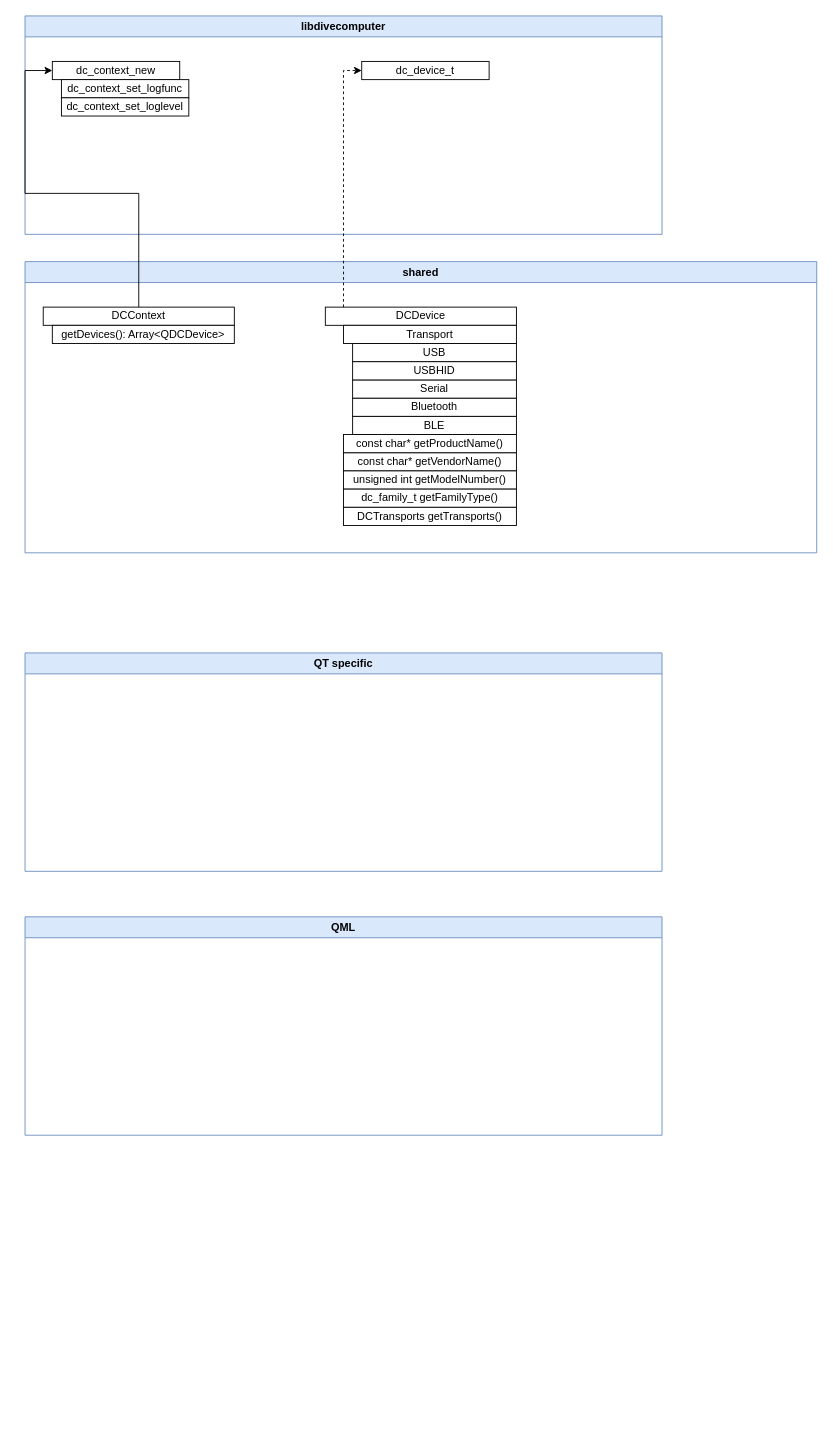
blackshadev/qt-dive-uploader keeps this draw.io diagram as qt-libdivecomputer.drawio. Above is the earlier version. Source tidied: cells renumbered, new cells numbered last; positions are measured from the earlier drawing's top-left corner, leaving out a move shared by most shapes. Both pictures are drawn from the tidied source at 91%, with x=0, y=0 at pixel (25, 15).
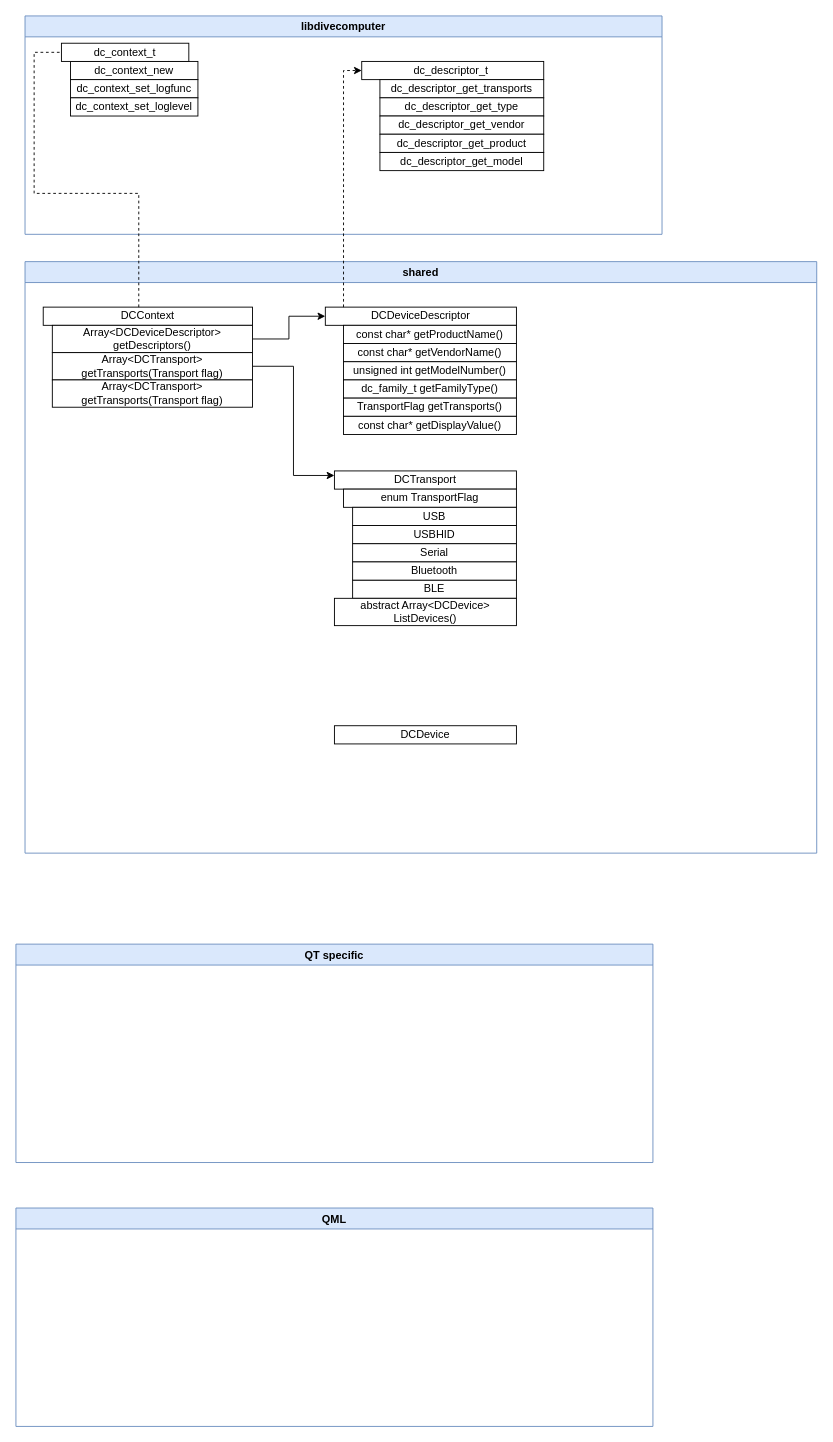
After the change.

Commit message:
Working on model

The change refers to these unchanged cells:
```xml
<mxCell id="2" value="libdivecomputer" style="swimlane;fillColor=#dae8fc;strokeColor=#6c8ebf;" parent="1" vertex="1">
  <mxGeometry width="700" height="240" as="geometry" />
</mxCell>
```

Diff of the diagram source:
```diff
@@
     <mxCell id="3" value="dc_context_new" style="rounded=0;whiteSpace=wrap;html=1;" parent="2" vertex="1">
-      <mxGeometry x="30" y="50" width="140" height="20" as="geometry" />
+      <mxGeometry x="50" y="50" width="140" height="20" as="geometry" />
     </mxCell>
     <mxCell id="4" value="dc_context_set_logfunc" style="rounded=0;whiteSpace=wrap;html=1;" parent="2" vertex="1">
-      <mxGeometry x="40" y="70" width="140" height="20" as="geometry" />
+      <mxGeometry x="50" y="70" width="140" height="20" as="geometry" />
     </mxCell>
     <mxCell id="5" value="dc_context_set_loglevel" style="rounded=0;whiteSpace=wrap;html=1;" parent="2" vertex="1">
-      <mxGeometry x="40" y="90" width="140" height="20" as="geometry" />
+      <mxGeometry x="50" y="90" width="140" height="20" as="geometry" />
     </mxCell>
-    <mxCell id="6" value="dc_device_t" style="rounded=0;whiteSpace=wrap;html=1;" parent="2" vertex="1">
-      <mxGeometry x="370" y="50" width="140" height="20" as="geometry" />
+    <mxCell id="6" value="dc_descriptor_t&amp;nbsp;" style="rounded=0;whiteSpace=wrap;html=1;" parent="2" vertex="1">
+      <mxGeometry x="370" y="50" width="200" height="20" as="geometry" />
     </mxCell>
+    <mxCell id="26" value="dc_descriptor_get_transports" style="rounded=0;whiteSpace=wrap;html=1;" parent="2" vertex="1">
+      <mxGeometry x="390" y="70" width="180" height="20" as="geometry" />
+    </mxCell>
+    <mxCell id="27" value="dc_context_t" style="rounded=0;whiteSpace=wrap;html=1;" parent="2" vertex="1">
+      <mxGeometry x="40" y="30" width="140" height="20" as="geometry" />
+    </mxCell>
+    <mxCell id="28" value="dc_descriptor_get_type" style="rounded=0;whiteSpace=wrap;html=1;" parent="2" vertex="1">
+      <mxGeometry x="390" y="90" width="180" height="20" as="geometry" />
+    </mxCell>
+    <mxCell id="29" value="dc_descriptor_get_vendor" style="rounded=0;whiteSpace=wrap;html=1;" parent="2" vertex="1">
+      <mxGeometry x="390" y="110" width="180" height="20" as="geometry" />
+    </mxCell>
+    <mxCell id="30" value="dc_descriptor_get_product" style="rounded=0;whiteSpace=wrap;html=1;" parent="2" vertex="1">
+      <mxGeometry x="390" y="130" width="180" height="20" as="geometry" />
+    </mxCell>
+    <mxCell id="31" value="dc_descriptor_get_model" style="rounded=0;whiteSpace=wrap;html=1;" parent="2" vertex="1">
+      <mxGeometry x="390" y="150" width="180" height="20" as="geometry" />
+    </mxCell>
     <mxCell id="7" value="shared" style="swimlane;fillColor=#dae8fc;strokeColor=#6c8ebf;" parent="1" vertex="1">
-      <mxGeometry y="270" width="870" height="320" as="geometry" />
+      <mxGeometry y="270" width="870" height="650" as="geometry" />
     </mxCell>
     <mxCell id="8" value="DCContext" style="rounded=0;whiteSpace=wrap;html=1;" parent="7" vertex="1">
-      <mxGeometry x="20" y="50" width="210" height="20" as="geometry" />
+      <mxGeometry x="20" y="50" width="230" height="20" as="geometry" />
     </mxCell>
+    <mxCell id="32" style="edgeStyle=orthogonalEdgeStyle;rounded=0;jettySize=auto;html=1;entryX=0;entryY=0.5;entryDx=0;entryDy=0;" parent="7" edge="1" source="9" target="10">
+      <mxGeometry relative="1" as="geometry" />
+    </mxCell>
-    <mxCell id="9" value="getDevices(): Array&amp;lt;QDCDevice&amp;gt;" style="rounded=0;whiteSpace=wrap;html=1;" parent="7" vertex="1">
-      <mxGeometry x="30" y="70" width="200" height="20" as="geometry" />
+    <mxCell id="9" value="Array&amp;lt;DCDeviceDescriptor&amp;gt; getDescriptors()" style="rounded=0;whiteSpace=wrap;html=1;" parent="7" vertex="1">
+      <mxGeometry x="30" y="70" width="220" height="30" as="geometry" />
     </mxCell>
-    <mxCell id="10" value="DCDevice" style="rounded=0;whiteSpace=wrap;html=1;" parent="7" vertex="1">
+    <mxCell id="10" value="DCDeviceDescriptor" style="rounded=0;whiteSpace=wrap;html=1;" parent="7" vertex="1">
       <mxGeometry x="330" y="50" width="210" height="20" as="geometry" />
     </mxCell>
-    <mxCell id="11" value="USB" style="rounded=0;whiteSpace=wrap;html=1;" parent="7" vertex="1">
-      <mxGeometry x="360" y="90" width="180" height="20" as="geometry" />
-    </mxCell>
     <mxCell id="12" value="const char* getVendorName()" style="rounded=0;whiteSpace=wrap;html=1;" parent="7" vertex="1">
-      <mxGeometry x="350" y="210" width="190" height="20" as="geometry" />
+      <mxGeometry x="350" y="90" width="190" height="20" as="geometry" />
     </mxCell>
     <mxCell id="13" value="unsigned int getModelNumber()" style="rounded=0;whiteSpace=wrap;html=1;" parent="7" vertex="1">
-      <mxGeometry x="350" y="230" width="190" height="20" as="geometry" />
+      <mxGeometry x="350" y="110" width="190" height="20" as="geometry" />
     </mxCell>
     <mxCell id="14" value="dc_family_t getFamilyType()" style="rounded=0;whiteSpace=wrap;html=1;" parent="7" vertex="1">
-      <mxGeometry x="350" y="250" width="190" height="20" as="geometry" />
+      <mxGeometry x="350" y="130" width="190" height="20" as="geometry" />
     </mxCell>
-    <mxCell id="15" value="DCTransports getTransports()" style="rounded=0;whiteSpace=wrap;html=1;" parent="7" vertex="1">
-      <mxGeometry x="350" y="270" width="190" height="20" as="geometry" />
+    <mxCell id="15" value="TransportFlag getTransports()" style="rounded=0;whiteSpace=wrap;html=1;" parent="7" vertex="1">
+      <mxGeometry x="350" y="150" width="190" height="20" as="geometry" />
     </mxCell>
     <mxCell id="16" value="const char* getProductName()" style="rounded=0;whiteSpace=wrap;html=1;" parent="7" vertex="1">
-      <mxGeometry x="350" y="190" width="190" height="20" as="geometry" />
+      <mxGeometry x="350" y="70" width="190" height="20" as="geometry" />
     </mxCell>
     <mxCell id="17" value="BLE" style="rounded=0;whiteSpace=wrap;html=1;" parent="7" vertex="1">
-      <mxGeometry x="360" y="170" width="180" height="20" as="geometry" />
+      <mxGeometry x="360" y="350" width="180" height="20" as="geometry" />
     </mxCell>
+    <mxCell id="33" value="DCTransport" style="rounded=0;whiteSpace=wrap;html=1;" parent="7" vertex="1">
+      <mxGeometry x="340" y="230" width="200" height="20" as="geometry" />
+    </mxCell>
+    <mxCell id="34" value="enum TransportFlag" style="rounded=0;whiteSpace=wrap;html=1;" parent="7" vertex="1">
+      <mxGeometry x="350" y="250" width="190" height="20" as="geometry" />
+    </mxCell>
+    <mxCell id="20" value="USBHID" style="rounded=0;whiteSpace=wrap;html=1;" parent="7" vertex="1">
+      <mxGeometry x="360" y="290" width="180" height="20" as="geometry" />
+    </mxCell>
+    <mxCell id="11" value="USB" style="rounded=0;whiteSpace=wrap;html=1;" parent="7" vertex="1">
+      <mxGeometry x="360" y="270" width="180" height="20" as="geometry" />
+    </mxCell>
+    <mxCell id="19" value="Serial" style="rounded=0;whiteSpace=wrap;html=1;" parent="7" vertex="1">
+      <mxGeometry x="360" y="310" width="180" height="20" as="geometry" />
+    </mxCell>
     <mxCell id="18" value="Bluetooth" style="rounded=0;whiteSpace=wrap;html=1;" parent="7" vertex="1">
-      <mxGeometry x="360" y="150" width="180" height="20" as="geometry" />
+      <mxGeometry x="360" y="330" width="180" height="20" as="geometry" />
     </mxCell>
-    <mxCell id="19" value="Serial" style="rounded=0;whiteSpace=wrap;html=1;" parent="7" vertex="1">
-      <mxGeometry x="360" y="130" width="180" height="20" as="geometry" />
-    </mxCell>
-    <mxCell id="20" value="USBHID" style="rounded=0;whiteSpace=wrap;html=1;" parent="7" vertex="1">
-      <mxGeometry x="360" y="110" width="180" height="20" as="geometry" />
-    </mxCell>
-    <mxCell id="21" value="Transport" style="rounded=0;whiteSpace=wrap;html=1;" parent="7" vertex="1">
-      <mxGeometry x="350" y="70" width="190" height="20" as="geometry" />
-    </mxCell>
+    <mxCell id="35" style="edgeStyle=orthogonalEdgeStyle;rounded=0;jettySize=auto;html=1;entryX=0;entryY=0.25;entryDx=0;entryDy=0;endArrow=classic;endFill=1;" parent="7" edge="1" source="36" target="33">
+      <mxGeometry relative="1" as="geometry" />
+    </mxCell>
+    <mxCell id="36" value="Array&amp;lt;DCTransport&amp;gt; getTransports(Transport flag)" style="rounded=0;whiteSpace=wrap;html=1;" parent="7" vertex="1">
+      <mxGeometry x="30" y="100" width="220" height="30" as="geometry" />
+    </mxCell>
+    <mxCell id="37" value="abstract Array&amp;lt;DCDevice&amp;gt; ListDevices()" style="rounded=0;whiteSpace=wrap;html=1;" parent="7" vertex="1">
+      <mxGeometry x="340" y="370" width="200" height="30" as="geometry" />
+    </mxCell>
+    <mxCell id="38" value="const char* getDisplayValue()" style="rounded=0;whiteSpace=wrap;html=1;" parent="7" vertex="1">
+      <mxGeometry x="350" y="170" width="190" height="20" as="geometry" />
+    </mxCell>
+    <mxCell id="39" value="DCDevice" style="rounded=0;whiteSpace=wrap;html=1;" parent="7" vertex="1">
+      <mxGeometry x="340" y="510" width="200" height="20" as="geometry" />
+    </mxCell>
+    <mxCell id="40" value="Array&amp;lt;DCTransport&amp;gt; getTransports(Transport flag)" style="rounded=0;whiteSpace=wrap;html=1;" parent="7" vertex="1">
+      <mxGeometry x="30" y="130" width="220" height="30" as="geometry" />
+    </mxCell>
     <mxCell id="22" value="QT specific" style="swimlane;fillColor=#dae8fc;strokeColor=#6c8ebf;" parent="1" vertex="1">
-      <mxGeometry y="700" width="700" height="240" as="geometry" />
+      <mxGeometry x="-10" y="1020" width="700" height="240" as="geometry" />
     </mxCell>
     <mxCell id="23" value="QML" style="swimlane;fillColor=#dae8fc;strokeColor=#6c8ebf;" parent="1" vertex="1">
-      <mxGeometry y="990" width="700" height="240" as="geometry" />
+      <mxGeometry x="-10" y="1310" width="700" height="240" as="geometry" />
     </mxCell>
-    <mxCell id="24" style="edgeStyle=orthogonalEdgeStyle;rounded=0;jettySize=auto;html=1;entryX=0;entryY=0.5;entryDx=0;entryDy=0;" parent="1" edge="1" source="8" target="3">
-      <mxGeometry relative="1" as="geometry" />
+    <mxCell id="24" style="edgeStyle=orthogonalEdgeStyle;rounded=0;jettySize=auto;html=1;entryX=0;entryY=0.5;entryDx=0;entryDy=0;dashed=1;endArrow=none;endFill=0;" parent="1" edge="1" source="8" target="27">
+      <mxGeometry relative="1" as="geometry">
+        <Array as="points">
+          <mxPoint x="125" y="195" />
+          <mxPoint x="10" y="195" />
+          <mxPoint x="10" y="40" />
+        </Array>
+      </mxGeometry>
     </mxCell>
```
